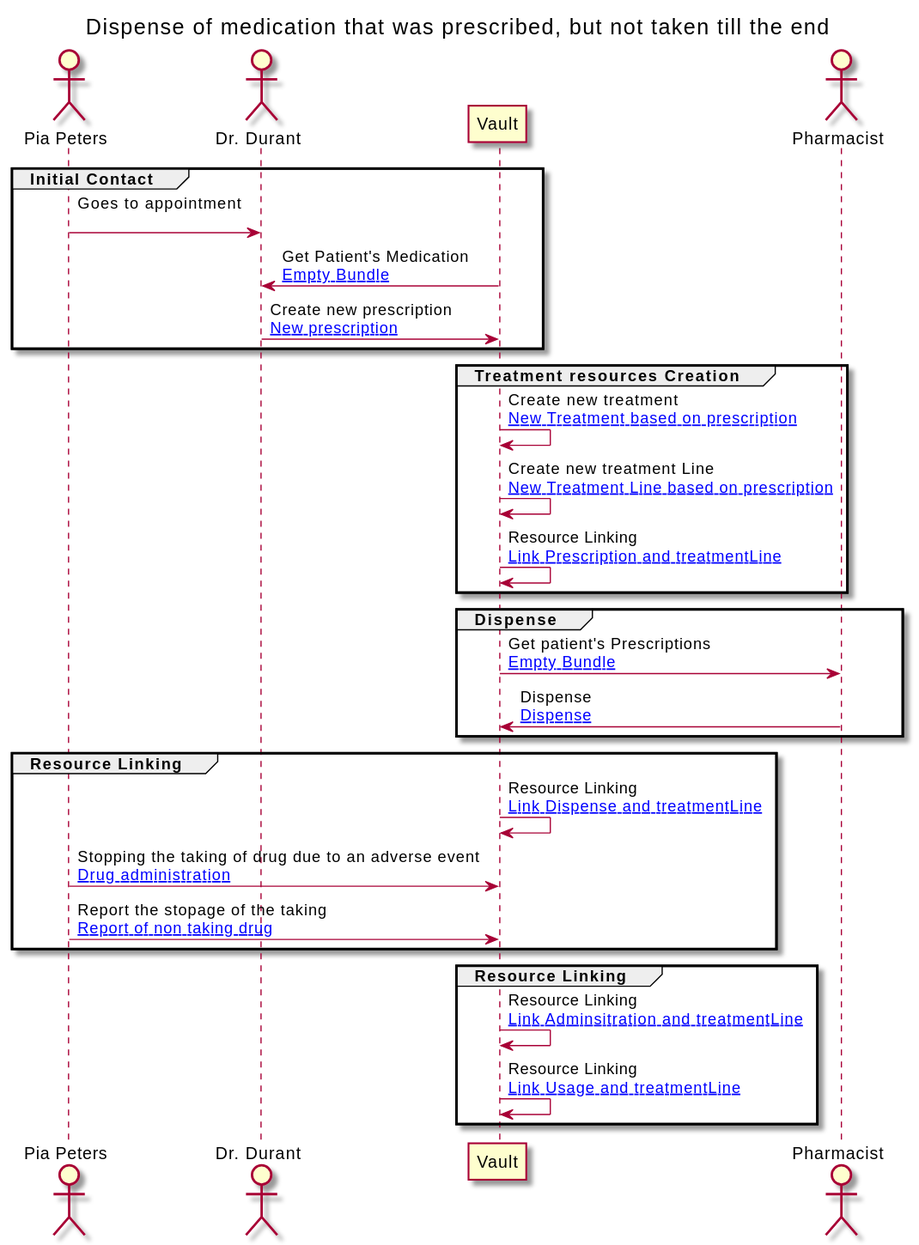
Before: branches/master/ExampleScenario-example-8-scenario.svg, a diagram exported from PlantUML (jcostateixeira/riziv-medication-record).
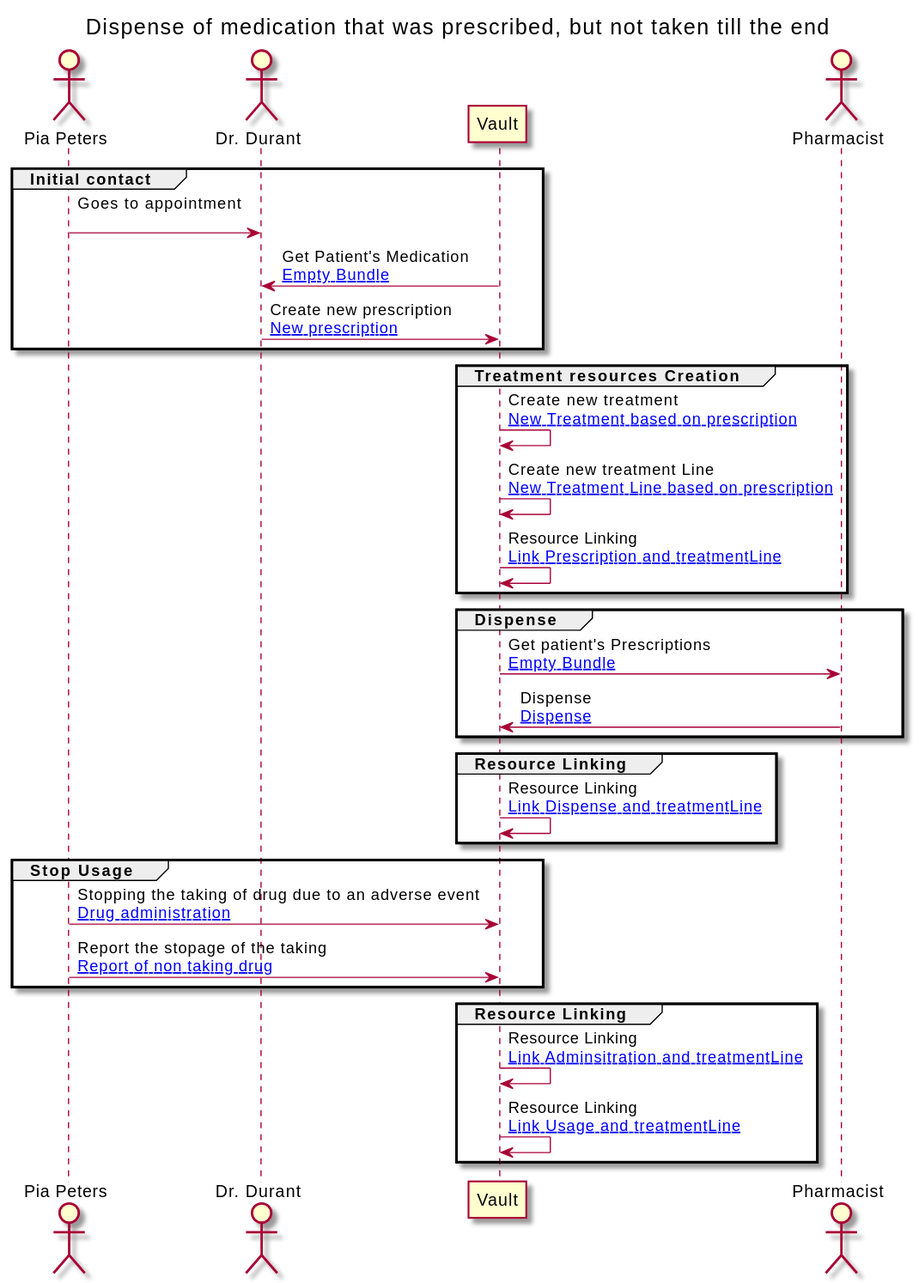
After the commit.

The edit, as a diff of the source:
```diff
@@ -13,7 +13,7 @@
 
 
 
-group Initial Contact
+group Initial contact
 
 PATIENT -> GP : Goes to appointment\n
 VAULT -> GP : Get Patient's Medication\n[[ExampleScenario-example-8-scenario-resources.html#EB Empty Bundle]]
@@ -36,6 +36,10 @@
 group Resource Linking
 
 VAULT -> VAULT : Resource Linking\n[[ExampleScenario-example-8-scenario-resources.html#8-2-provenance Link Dispense and treatmentLine]]
+end
+
+group Stop Usage
+
 PATIENT -> VAULT : Stopping the taking of drug due to an adverse event\n[[ExampleScenario-example-8-scenario-resources.html#8-administration Drug administration]]
 PATIENT -> VAULT : Report the stopage of the taking\n[[ExampleScenario-example-8-scenario-resources.html#8-usage Report of non taking drug]]
 end
```
